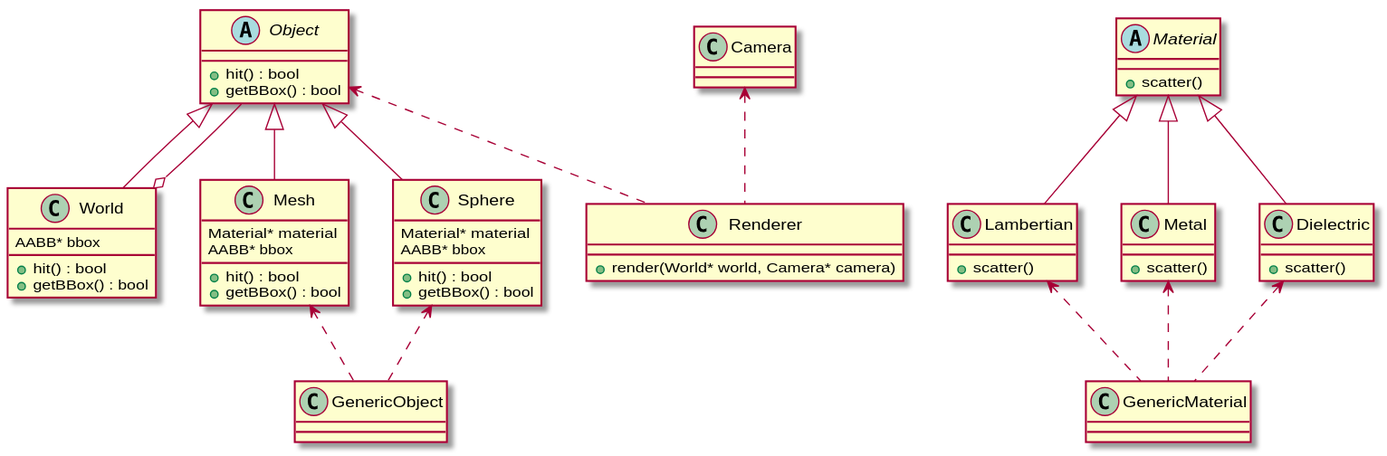
Before: figures/figures.svg, a diagram exported from PlantUML (grzegorz-k-karch/raytracing). Source of this version:
```plantuml
@startuml
abstract Object {
 +hit() : bool
 +getBBox() : bool
}
class World {
 +hit() : bool
 +getBBox() : bool
 AABB* bbox
}
class Mesh{
 +hit() : bool
 +getBBox() : bool
 Material* material
 AABB* bbox
}
class Sphere{
 +hit() : bool
 +getBBox() : bool
 Material* material
 AABB* bbox
}

World o-- Object
Object <|-- World
Object <|-- Mesh
Object <|-- Sphere

abstract Material {
 +scatter()
}
class Lambertian {
 +scatter()
}
class Metal {
 +scatter()
}
class Dielectric {
 +scatter()
}

Material <|-- Lambertian
Material <|-- Metal
Material <|-- Dielectric

class GenericObject

Mesh <.. GenericObject
Sphere <.. GenericObject


class GenericMaterial

Lambertian <.. GenericMaterial
Metal <.. GenericMaterial
Dielectric <.. GenericMaterial

class Renderer {
 +render(World* world, Camera* camera)
}

Object <.. Renderer

class Camera

Camera <.. Renderer

@enduml
```
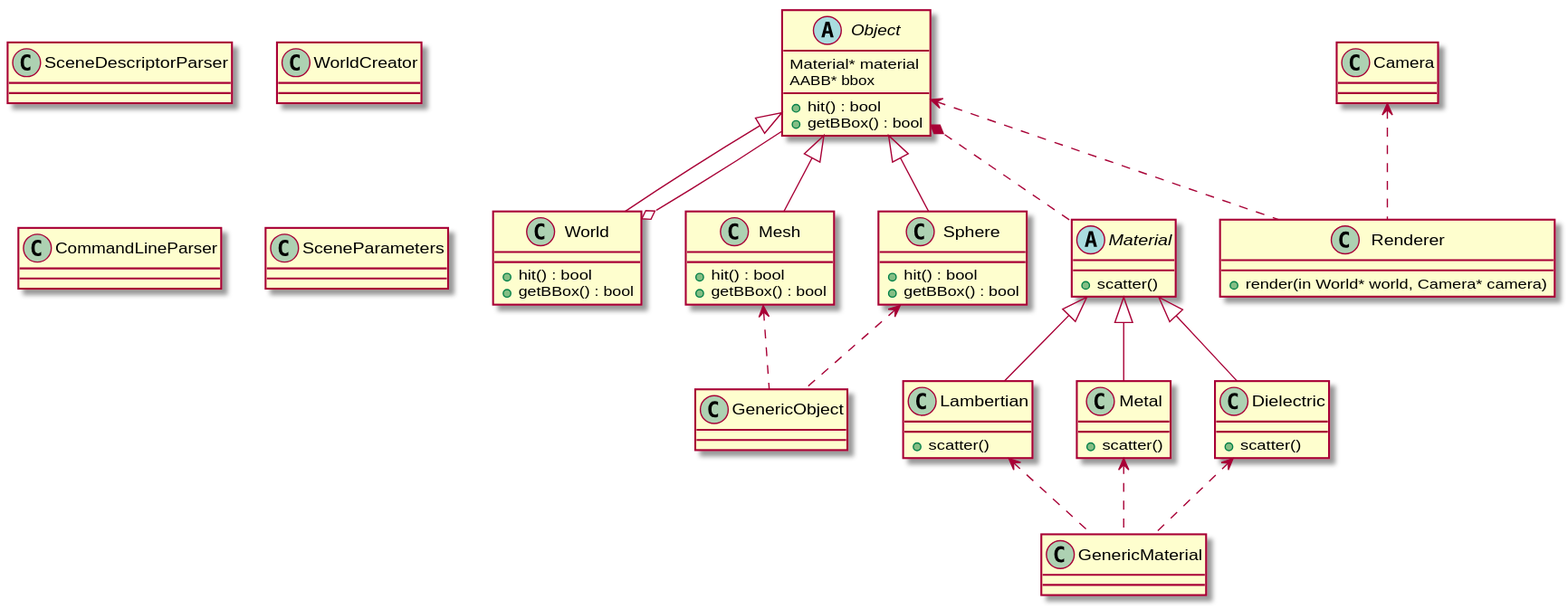
Above is the later version.

Change to the diagram source:
```diff
@@ -1,24 +1,21 @@
 @startuml
 abstract Object {
- +hit() : bool
- +getBBox() : bool
-}
-class World {
- +hit() : bool
- +getBBox() : bool
- AABB* bbox
-}
-class Mesh{
  +hit() : bool
  +getBBox() : bool
  Material* material
  AABB* bbox
 }
+class World {
+ +hit() : bool
+ +getBBox() : bool
+}
+class Mesh{
+ +hit() : bool
+ +getBBox() : bool
+}
 class Sphere{
  +hit() : bool
  +getBBox() : bool
- Material* material
- AABB* bbox
 }
 
 World o-- Object
@@ -43,11 +40,12 @@
 Material <|-- Metal
 Material <|-- Dielectric
 
+Object *.. Material
+
 class GenericObject
 
 Mesh <.. GenericObject
 Sphere <.. GenericObject
-
 
 class GenericMaterial
 
@@ -56,7 +54,7 @@
 Dielectric <.. GenericMaterial
 
 class Renderer {
- +render(World* world, Camera* camera)
+ +render(in World* world, Camera* camera)
 }
 
 Object <.. Renderer
@@ -65,4 +63,12 @@
 
 Camera <.. Renderer
 
+class SceneDescriptorParser
+
+class WorldCreator
+
+class CommandLineParser
+
+class SceneParameters
+
 @enduml
```
